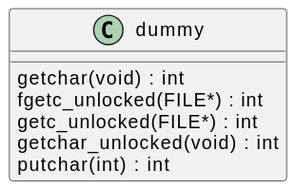
This is docs/qc/engines/e_capi.c.svg from qualitesys/openssl, a PlantUML export, as it was before one commit.
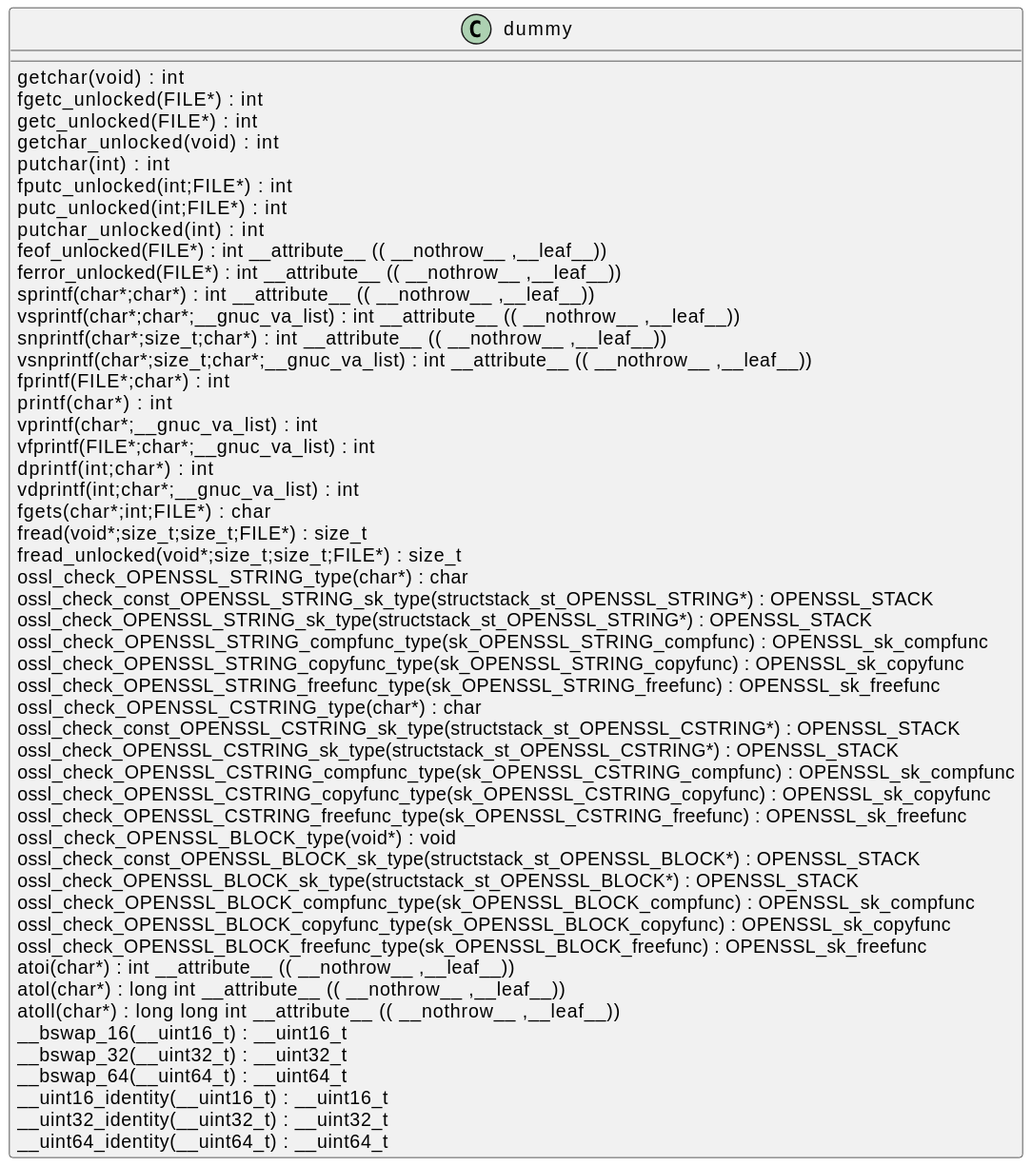
Above is the later version.

What changed in the source:
```diff
@@ -6,5 +6,50 @@
 getc_unlocked(FILE*) :  int  [[[./../.././qc/engines/e_capi.c.html#925]]]
 getchar_unlocked(void) :  int  [[[./../.././qc/engines/e_capi.c.html#932]]]
 putchar(int) :  int  [[[./../.././qc/engines/e_capi.c.html#941]]]
+fputc_unlocked(int;FILE*) :  int  [[[./../.././qc/engines/e_capi.c.html#950]]]
+putc_unlocked(int;FILE*) :  int  [[[./../.././qc/engines/e_capi.c.html#960]]]
+putchar_unlocked(int) :  int  [[[./../.././qc/engines/e_capi.c.html#967]]]
+feof_unlocked(FILE*) :  int  __attribute__ (( __nothrow__ ,__leaf__)) [[[./../.././qc/engines/e_capi.c.html#973]]]
+ferror_unlocked(FILE*) :  int  __attribute__ (( __nothrow__ ,__leaf__)) [[[./../.././qc/engines/e_capi.c.html#980]]]
+sprintf(char*;char*) :  int  __attribute__ (( __nothrow__ ,__leaf__)) [[[./../.././qc/engines/e_capi.c.html#999]]]
+vsprintf(char*;char*;__gnuc_va_list) :  int  __attribute__ (( __nothrow__ ,__leaf__)) [[[./../.././qc/engines/e_capi.c.html#1012]]]
+snprintf(char*;size_t;char*) :  int  __attribute__ (( __nothrow__ ,__leaf__)) [[[./../.././qc/engines/e_capi.c.html#1031]]]
+vsnprintf(char*;size_t;char*;__gnuc_va_list) :  int  __attribute__ (( __nothrow__ ,__leaf__)) [[[./../.././qc/engines/e_capi.c.html#1045]]]
+fprintf(FILE*;char*) :  int  [[[./../.././qc/engines/e_capi.c.html#1066]]]
+printf(char*) :  int  [[[./../.././qc/engines/e_capi.c.html#1073]]]
+vprintf(char*;__gnuc_va_list) :  int  [[[./../.././qc/engines/e_capi.c.html#1085]]]
+vfprintf(FILE*;char*;__gnuc_va_list) :  int  [[[./../.././qc/engines/e_capi.c.html#1095]]]
+dprintf(int;char*) :  int  [[[./../.././qc/engines/e_capi.c.html#1110]]]
+vdprintf(int;char*;__gnuc_va_list) :  int  [[[./../.././qc/engines/e_capi.c.html#1121]]]
+fgets(char*;int;FILE*) :  char  [[[./../.././qc/engines/e_capi.c.html#1140]]]
+fread(void*;size_t;size_t;FILE*) : size_t [[[./../.././qc/engines/e_capi.c.html#1166]]]
+fread_unlocked(void*;size_t;size_t;FILE*) : size_t [[[./../.././qc/engines/e_capi.c.html#1193]]]
+ossl_check_OPENSSL_STRING_type(char*) :  char  [[[./../.././qc/engines/e_capi.c.html#1346]]]
+ossl_check_const_OPENSSL_STRING_sk_type(structstack_st_OPENSSL_STRING*) : OPENSSL_STACK [[[./../.././qc/engines/e_capi.c.html#1346]]]
+ossl_check_OPENSSL_STRING_sk_type(structstack_st_OPENSSL_STRING*) : OPENSSL_STACK [[[./../.././qc/engines/e_capi.c.html#1346]]]
+ossl_check_OPENSSL_STRING_compfunc_type(sk_OPENSSL_STRING_compfunc) : OPENSSL_sk_compfunc [[[./../.././qc/engines/e_capi.c.html#1346]]]
+ossl_check_OPENSSL_STRING_copyfunc_type(sk_OPENSSL_STRING_copyfunc) : OPENSSL_sk_copyfunc [[[./../.././qc/engines/e_capi.c.html#1346]]]
+ossl_check_OPENSSL_STRING_freefunc_type(sk_OPENSSL_STRING_freefunc) : OPENSSL_sk_freefunc [[[./../.././qc/engines/e_capi.c.html#1346]]]
+ossl_check_OPENSSL_CSTRING_type(char*) :  char  [[[./../.././qc/engines/e_capi.c.html#1348]]]
+ossl_check_const_OPENSSL_CSTRING_sk_type(structstack_st_OPENSSL_CSTRING*) : OPENSSL_STACK [[[./../.././qc/engines/e_capi.c.html#1348]]]
+ossl_check_OPENSSL_CSTRING_sk_type(structstack_st_OPENSSL_CSTRING*) : OPENSSL_STACK [[[./../.././qc/engines/e_capi.c.html#1348]]]
+ossl_check_OPENSSL_CSTRING_compfunc_type(sk_OPENSSL_CSTRING_compfunc) : OPENSSL_sk_compfunc [[[./../.././qc/engines/e_capi.c.html#1348]]]
+ossl_check_OPENSSL_CSTRING_copyfunc_type(sk_OPENSSL_CSTRING_copyfunc) : OPENSSL_sk_copyfunc [[[./../.././qc/engines/e_capi.c.html#1348]]]
+ossl_check_OPENSSL_CSTRING_freefunc_type(sk_OPENSSL_CSTRING_freefunc) : OPENSSL_sk_freefunc [[[./../.././qc/engines/e_capi.c.html#1348]]]
+ossl_check_OPENSSL_BLOCK_type(void*) :  void  [[[./../.././qc/engines/e_capi.c.html#1351]]]
+ossl_check_const_OPENSSL_BLOCK_sk_type(structstack_st_OPENSSL_BLOCK*) : OPENSSL_STACK [[[./../.././qc/engines/e_capi.c.html#1351]]]
+ossl_check_OPENSSL_BLOCK_sk_type(structstack_st_OPENSSL_BLOCK*) : OPENSSL_STACK [[[./../.././qc/engines/e_capi.c.html#1351]]]
+ossl_check_OPENSSL_BLOCK_compfunc_type(sk_OPENSSL_BLOCK_compfunc) : OPENSSL_sk_compfunc [[[./../.././qc/engines/e_capi.c.html#1351]]]
+ossl_check_OPENSSL_BLOCK_copyfunc_type(sk_OPENSSL_BLOCK_copyfunc) : OPENSSL_sk_copyfunc [[[./../.././qc/engines/e_capi.c.html#1351]]]
+ossl_check_OPENSSL_BLOCK_freefunc_type(sk_OPENSSL_BLOCK_freefunc) : OPENSSL_sk_freefunc [[[./../.././qc/engines/e_capi.c.html#1351]]]
+atoi(char*) :  int  __attribute__ (( __nothrow__ ,__leaf__)) [[[./../.././qc/engines/e_capi.c.html#1661]]]
+atol(char*) :  long  int  __attribute__ (( __nothrow__ ,__leaf__)) [[[./../.././qc/engines/e_capi.c.html#1666]]]
+atoll(char*) :  long  long  int  __attribute__ (( __nothrow__ ,__leaf__)) [[[./../.././qc/engines/e_capi.c.html#1673]]]
+__bswap_16(__uint16_t) : __uint16_t [[[./../.././qc/engines/e_capi.c.html#1820]]]
+__bswap_32(__uint32_t) : __uint32_t [[[./../.././qc/engines/e_capi.c.html#1835]]]
+__bswap_64(__uint64_t) : __uint64_t [[[./../.././qc/engines/e_capi.c.html#1845]]]
+__uint16_identity(__uint16_t) : __uint16_t [[[./../.././qc/engines/e_capi.c.html#1857]]]
+__uint32_identity(__uint32_t) : __uint32_t [[[./../.././qc/engines/e_capi.c.html#1863]]]
+__uint64_identity(__uint64_t) : __uint64_t [[[./../.././qc/engines/e_capi.c.html#1869]]]
 }
 @enduml
```
